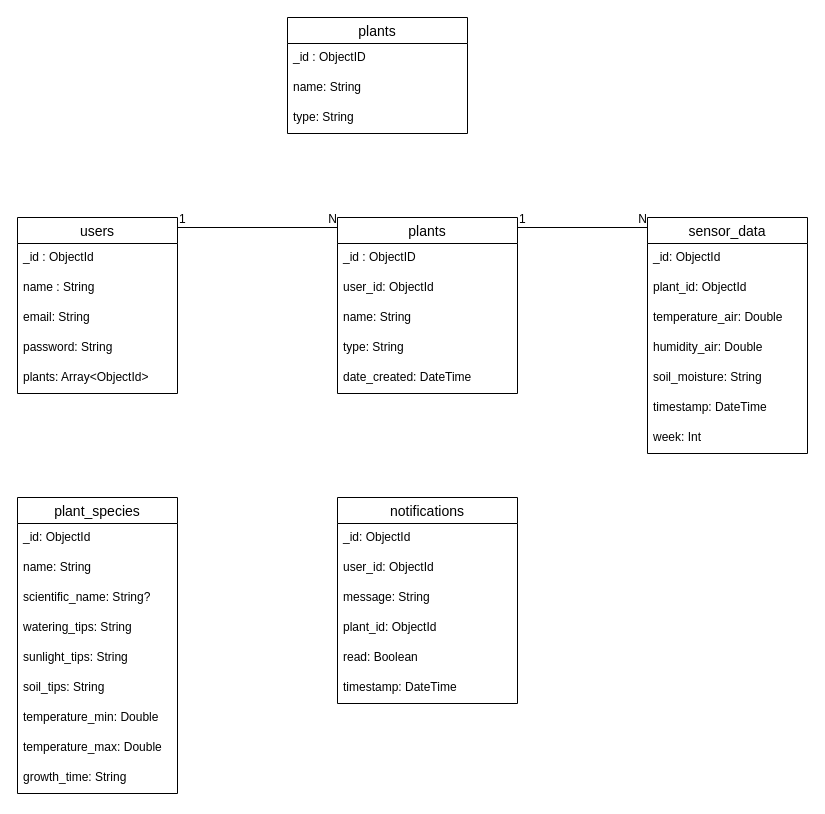
Above: server/docs/NoAM.drawio in BrunoAlgarte/plant.ly (draw.io), before the change. Source tidied: cells renumbered, new cells numbered last; positions are measured from the earlier drawing's top-left corner, leaving out a move shared by most shapes. Both pictures are drawn from the tidied source at 100%, with x=0, y=0 at pixel (17, 17).
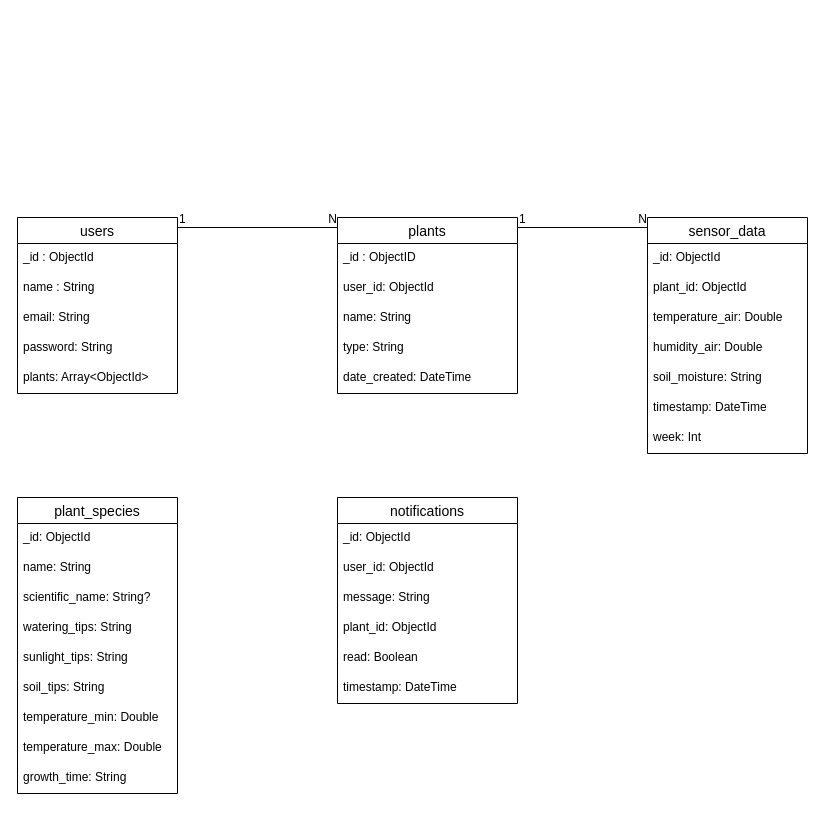
Above is the later version.

Diff of the diagram source:
```diff
@@
-    <mxCell id="45" value="plants" style="swimlane;fontStyle=0;horizontal=1;startSize=26;align=center;fontSize=14;" parent="1" vertex="1">
-      <mxGeometry x="270" width="180" height="116" as="geometry" />
-    </mxCell>
-    <mxCell id="46" value="_id : ObjectID" style="text;strokeColor=none;fillColor=none;spacingLeft=4;spacingRight=4;overflow=hidden;fontSize=12;" parent="45" vertex="1">
-      <mxGeometry y="26" width="180" height="30" as="geometry" />
-    </mxCell>
-    <mxCell id="47" value="name: String" style="text;strokeColor=none;fillColor=none;spacingLeft=4;spacingRight=4;overflow=hidden;fontSize=12;" parent="45" vertex="1">
-      <mxGeometry y="56" width="180" height="30" as="geometry" />
-    </mxCell>
-    <mxCell id="48" value="type: String" style="text;strokeColor=none;fillColor=none;spacingLeft=4;spacingRight=4;overflow=hidden;fontSize=12;" parent="45" vertex="1">
-      <mxGeometry y="86" width="180" height="30" as="geometry" />
-    </mxCell>
```
